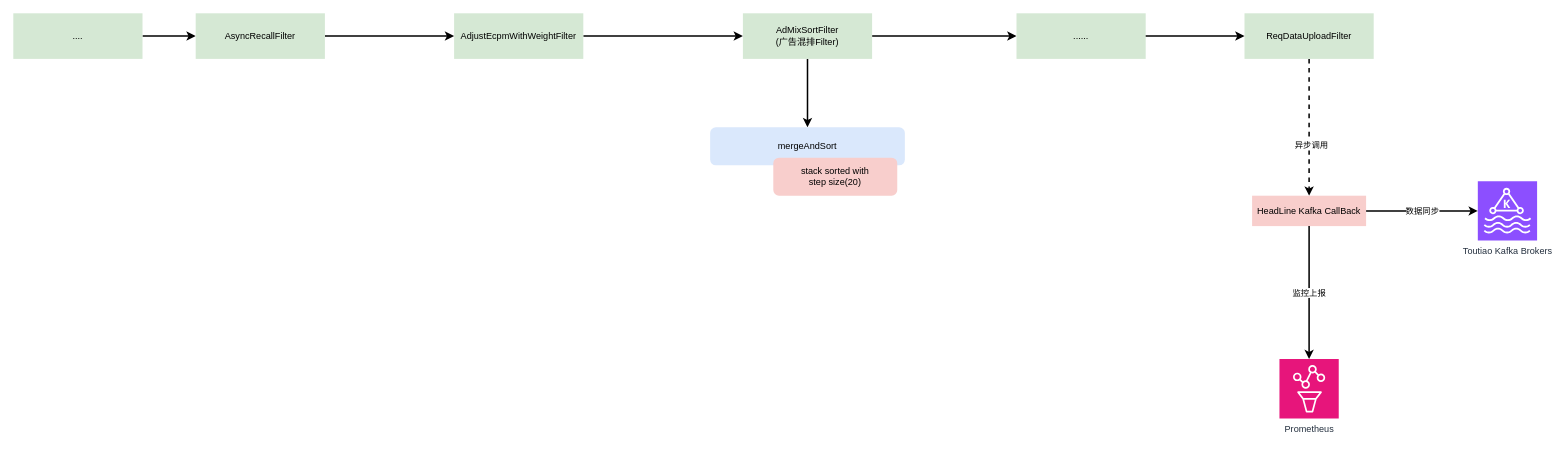
karlchan-cn/drawio-repository keeps this draw.io diagram as page "第 35 页" (2 of 35) of universal-engine/brand_dsp_architecture.drawio. Above is the earlier version. Source tidied: cells renumbered, new cells numbered last; positions are measured from the earlier drawing's top-left corner, leaving out a move shared by most shapes. Both pictures are drawn from the tidied source at 76%, with x=0, y=0 at pixel (13, 13).
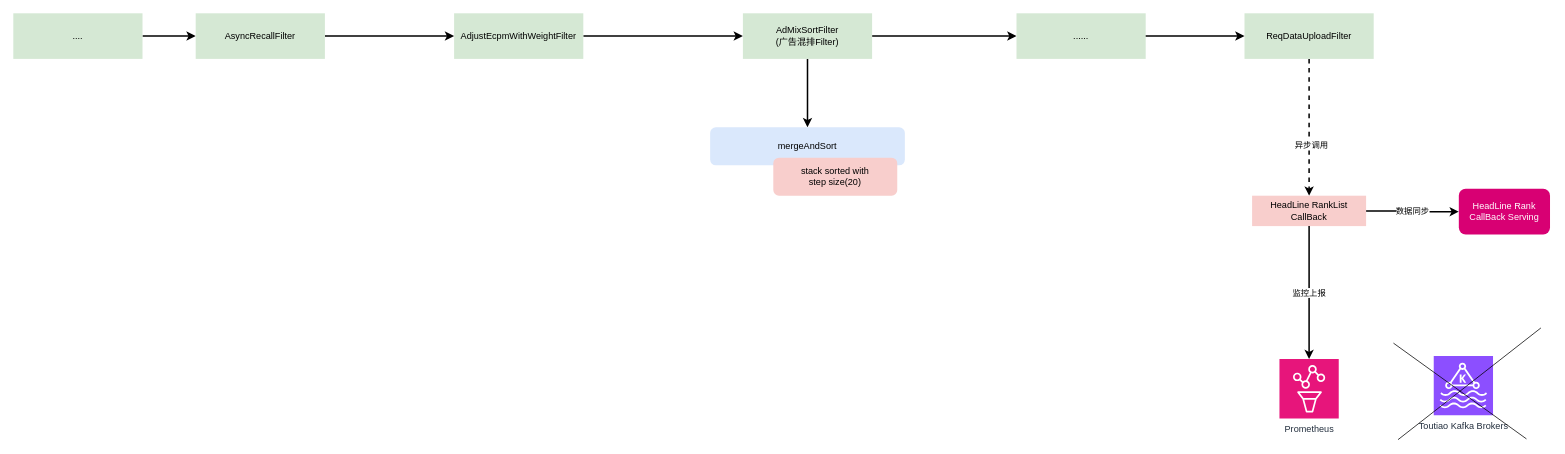
Above is the later version.

Diff of the diagram source:
```diff
@@
-    <mxCell id="16" value="HeadLine Kafka CallBack" style="rounded=0;whiteSpace=wrap;html=1;fillColor=#f8cecc;strokeColor=none;" parent="1" vertex="1">
+    <mxCell id="16" value="HeadLine RankList CallBack" style="rounded=0;whiteSpace=wrap;html=1;fillColor=#f8cecc;strokeColor=none;" parent="1" vertex="1">
       <mxGeometry x="1630" y="240" width="150" height="40" as="geometry" />
     </mxCell>
@@
-    <mxCell id="19" value="Toutiao Kafka Brokers" style="sketch=0;points=[[0,0,0],[0.25,0,0],[0.5,0,0],[0.75,0,0],[1,0,0],[0,1,0],[0.25,1,0],[0.5,1,0],[0.75,1,0],[1,1,0],[0,0.25,0],[0,0.5,0],[0,0.75,0],[1,0.25,0],[1,0.5,0],[1,0.75,0]];outlineConnect=0;fontColor=#232F3E;fillColor=#8C4FFF;strokeColor=#ffffff;dashed=0;verticalLabelPosition=bottom;verticalAlign=top;align=center;html=1;fontSize=12;fontStyle=0;shape=mxgraph.aws4.resourceIcon;resIcon=mxgraph.aws4.managed_streaming_for_kafka;" parent="1" vertex="1">
-      <mxGeometry x="1927" y="221" width="78" height="78" as="geometry" />
-    </mxCell>
-    <mxCell id="20" value="数据同步" style="edgeStyle=orthogonalEdgeStyle;rounded=0;jettySize=auto;html=1;entryX=0;entryY=0.5;entryDx=0;entryDy=0;entryPerimeter=0;strokeWidth=2;" parent="1" edge="1" source="16" target="19">
+    <mxCell id="20" value="数据同步" style="edgeStyle=orthogonalEdgeStyle;rounded=0;jettySize=auto;html=1;strokeWidth=2;" parent="1" edge="1" source="16" target="25">
       <mxGeometry relative="1" as="geometry" />
     </mxCell>
@@
+    <mxCell id="19" value="Toutiao Kafka Brokers" style="sketch=0;points=[[0,0,0],[0.25,0,0],[0.5,0,0],[0.75,0,0],[1,0,0],[0,1,0],[0.25,1,0],[0.5,1,0],[0.75,1,0],[1,1,0],[0,0.25,0],[0,0.5,0],[0,0.75,0],[1,0.25,0],[1,0.5,0],[1,0.75,0]];outlineConnect=0;fontColor=#232F3E;fillColor=#8C4FFF;strokeColor=#ffffff;dashed=0;verticalLabelPosition=bottom;verticalAlign=top;align=center;html=1;fontSize=12;fontStyle=0;shape=mxgraph.aws4.resourceIcon;resIcon=mxgraph.aws4.managed_streaming_for_kafka;" parent="1" vertex="1">
+      <mxGeometry x="1869" y="451" width="78" height="78" as="geometry" />
+    </mxCell>
+    <mxCell id="23" style="endArrow=none;html=1;rounded=0;" parent="1" edge="1">
+      <mxGeometry relative="1" as="geometry">
+        <mxPoint x="1822" y="561" as="sourcePoint" />
+        <mxPoint x="2010" y="414" as="targetPoint" />
+      </mxGeometry>
+    </mxCell>
+    <mxCell id="24" style="endArrow=none;html=1;rounded=0;" parent="1" edge="1">
+      <mxGeometry relative="1" as="geometry">
+        <mxPoint x="1816" y="434" as="sourcePoint" />
+        <mxPoint x="1991" y="560" as="targetPoint" />
+      </mxGeometry>
+    </mxCell>
+    <mxCell id="25" value="HeadLine Rank CallBack Serving" style="rounded=1;whiteSpace=wrap;html=1;fillColor=#d80073;strokeColor=none;fontColor=#ffffff;" parent="1" vertex="1">
+      <mxGeometry x="1902" y="231" width="120" height="60" as="geometry" />
+    </mxCell>
```
